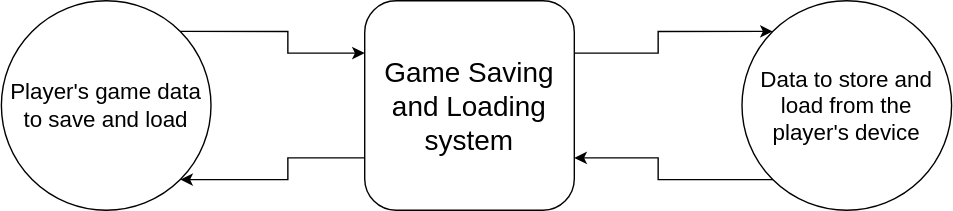
The draw.io diagram DFD_L0.drawio.svg in Hassaan-Shaikh/First-Bite, before a commit. Source tidied: cells renumbered, new cells last; positions are measured from the earlier drawing's top-left corner, leaving out a move shared by most shapes.
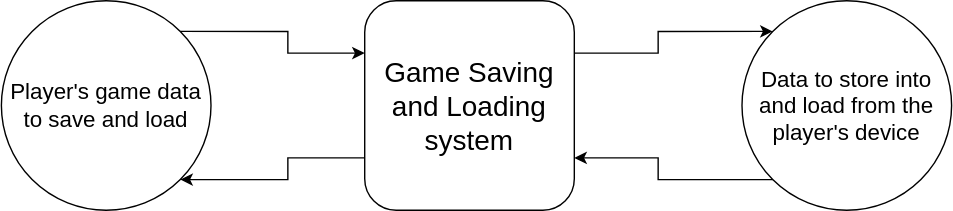
The same file after the commit.

The edit, as a diff of the source:
```diff
@@ -20,7 +20,7 @@
     <mxCell id="7" style="edgeStyle=orthogonalEdgeStyle;rounded=0;jettySize=auto;html=1;exitX=0;exitY=1;exitDx=0;exitDy=0;entryX=1;entryY=0.75;entryDx=0;entryDy=0;" parent="1" edge="1" source="8" target="6">
       <mxGeometry relative="1" as="geometry" />
     </mxCell>
-    <mxCell id="8" value="&lt;font style=&quot;font-size: 16px;&quot;&gt;Data to store and load from the player's device&lt;/font&gt;" style="ellipse;whiteSpace=wrap;html=1;" parent="1" vertex="1">
+    <mxCell id="8" value="&lt;font style=&quot;font-size: 16px;&quot;&gt;Data to store into and load from the player's device&lt;/font&gt;" style="ellipse;whiteSpace=wrap;html=1;" parent="1" vertex="1">
       <mxGeometry x="530" width="150" height="150" as="geometry" />
     </mxCell>
   </root>
```
